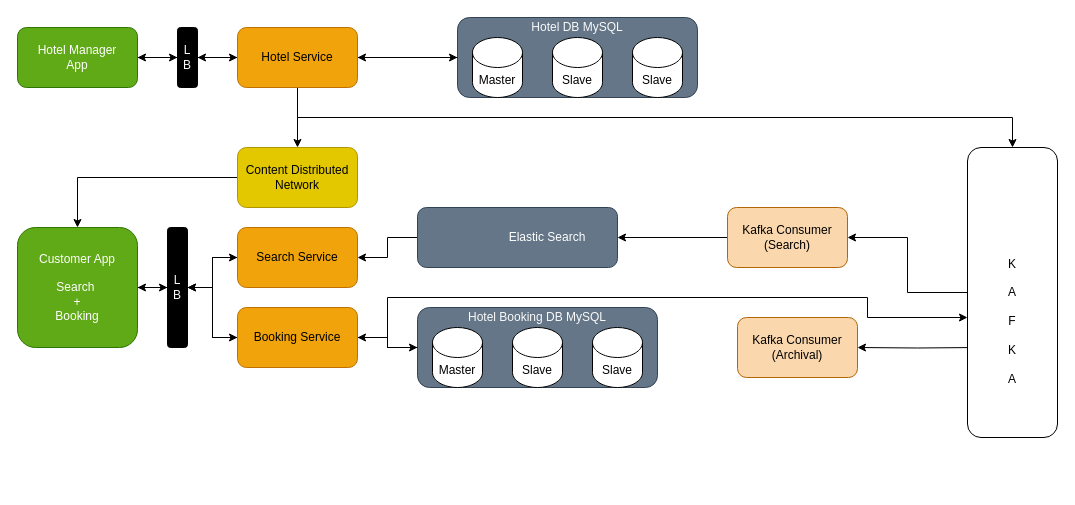
This is Hotel Booking System.drawio from purnendukar/MySystemDesigns, a draw.io file, before an edit. Source tidied: cells renumbered, new cells numbered last; positions are measured from the earlier drawing's top-left corner, leaving out a move shared by most shapes. Both pictures are drawn from the tidied source at 100%, with x=0, y=0 at pixel (17, 17).
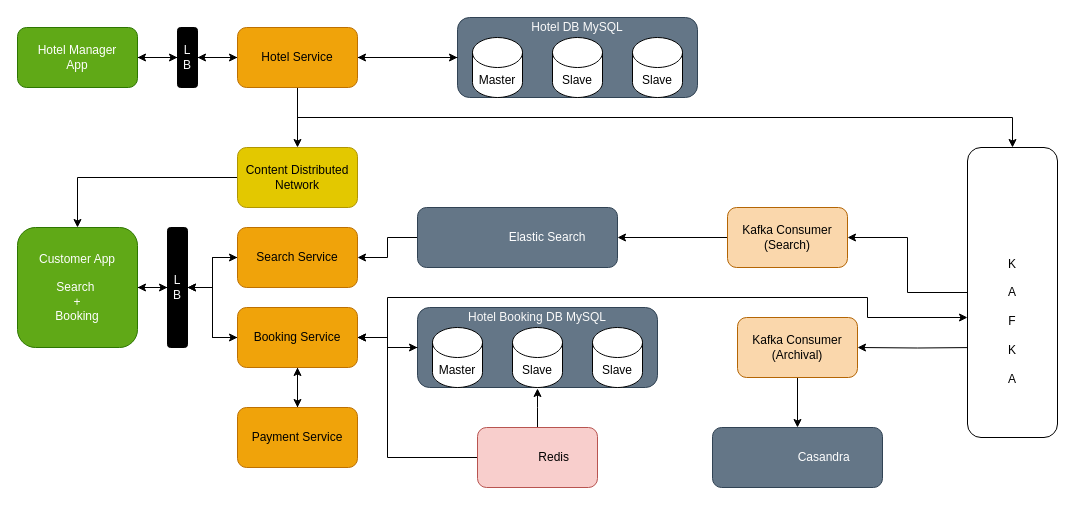
The same diagram, later.

Commit message:
Customer app data archival added

Unchanged cells that the change refers to:
```xml
<mxCell id="39" value="Booking Service" style="rounded=1;whiteSpace=wrap;html=1;fillColor=#f0a30a;strokeColor=#BD7000;fontColor=#000000;" parent="1" vertex="1">
  <mxGeometry x="220" y="290" width="120" height="60" as="geometry" />
</mxCell>
<mxCell id="47" value="Kafka Consumer (Archival)" style="rounded=1;whiteSpace=wrap;html=1;fillColor=#fad7ac;strokeColor=#b46504;" parent="1" vertex="1">
  <mxGeometry x="720" y="300" width="120" height="60" as="geometry" />
</mxCell>
```

Change to the diagram source:
```diff
@@
+    <mxCell id="48" style="edgeStyle=orthogonalEdgeStyle;rounded=0;jettySize=auto;html=1;" parent="1" edge="1" source="39" target="51">
+      <mxGeometry relative="1" as="geometry" />
+    </mxCell>
@@
+    <mxCell id="49" style="edgeStyle=orthogonalEdgeStyle;rounded=0;jettySize=auto;html=1;fontColor=#F2F2F2;" parent="1" edge="1" source="47" target="55">
+      <mxGeometry relative="1" as="geometry" />
+    </mxCell>
@@
+    <mxCell id="50" style="edgeStyle=orthogonalEdgeStyle;rounded=0;jettySize=auto;html=1;" parent="1" edge="1" source="51" target="39">
+      <mxGeometry relative="1" as="geometry" />
+    </mxCell>
+    <mxCell id="51" value="Payment Service" style="rounded=1;whiteSpace=wrap;html=1;fillColor=#f0a30a;strokeColor=#BD7000;fontColor=#000000;" parent="1" vertex="1">
+      <mxGeometry x="220" y="390" width="120" height="60" as="geometry" />
+    </mxCell>
+    <mxCell id="52" style="edgeStyle=orthogonalEdgeStyle;rounded=0;jettySize=auto;html=1;entryX=1;entryY=0.5;entryDx=0;entryDy=0;" parent="1" edge="1" source="54" target="39">
+      <mxGeometry relative="1" as="geometry">
+        <Array as="points">
+          <mxPoint x="370" y="440" />
+          <mxPoint x="370" y="320" />
+        </Array>
+      </mxGeometry>
+    </mxCell>
+    <mxCell id="53" style="edgeStyle=orthogonalEdgeStyle;rounded=0;jettySize=auto;html=1;" parent="1" edge="1" source="54">
+      <mxGeometry relative="1" as="geometry">
+        <mxPoint x="520" y="371" as="targetPoint" />
+      </mxGeometry>
+    </mxCell>
+    <mxCell id="54" value="&amp;nbsp; &amp;nbsp; &amp;nbsp; &amp;nbsp; &amp;nbsp; Redis" style="rounded=1;whiteSpace=wrap;html=1;fillColor=#f8cecc;strokeColor=#b85450;" parent="1" vertex="1">
+      <mxGeometry x="460" y="410" width="120" height="60" as="geometry" />
+    </mxCell>
+    <mxCell id="55" value="&amp;nbsp; &amp;nbsp; &amp;nbsp; &amp;nbsp; &amp;nbsp; &amp;nbsp; &amp;nbsp; &amp;nbsp; Casandra" style="rounded=1;whiteSpace=wrap;html=1;fontColor=#ffffff;fillColor=#647687;strokeColor=#314354;" parent="1" vertex="1">
+      <mxGeometry x="695" y="410" width="170" height="60" as="geometry" />
+    </mxCell>
```
